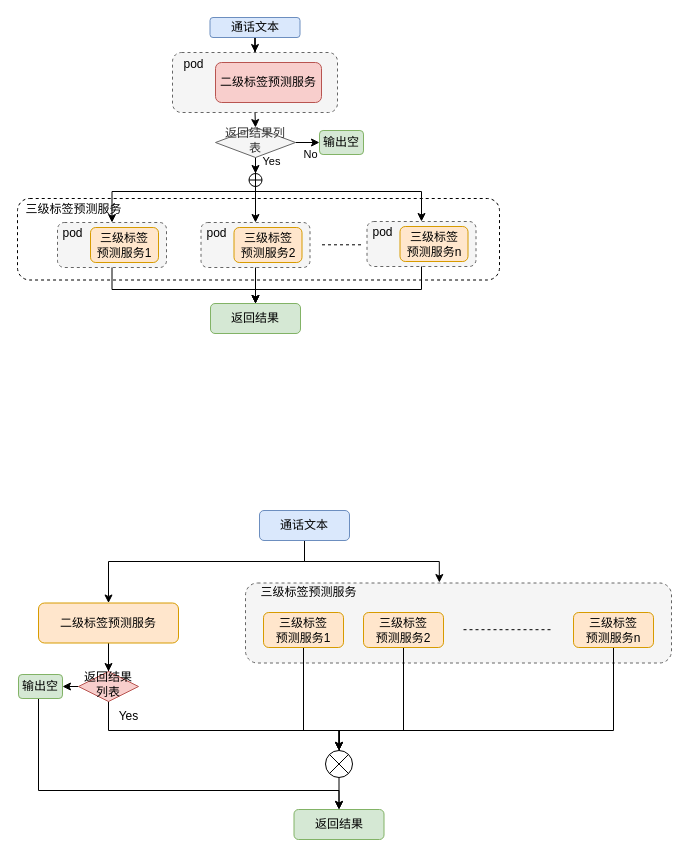
This is nlp/KYC.drawio from MMMLMF/notes, a draw.io file, before an edit. Source tidied: cells renumbered, new cells numbered last; positions are measured from the earlier drawing's top-left corner, leaving out a move shared by most shapes. Both pictures are drawn from the tidied source at 100%, with x=0, y=0 at pixel (17, 17).
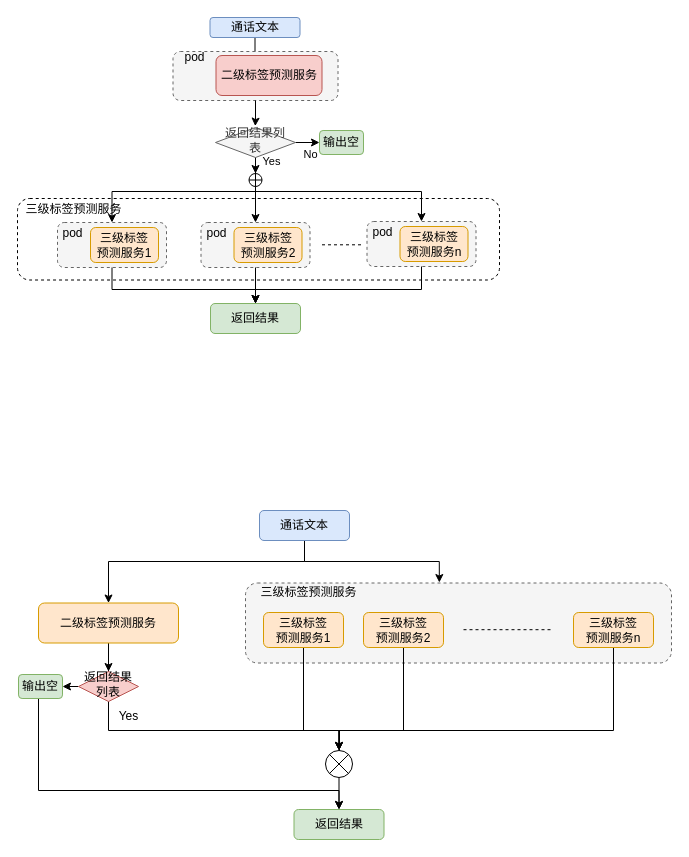
After the change.

Unchanged cells that the change refers to:
```xml
<mxCell id="8" value="返回结果列表" style="rhombus;whiteSpace=wrap;html=1;shadow=0;fontFamily=Helvetica;fontSize=12;align=center;strokeWidth=1;spacing=6;spacingTop=-4;fillColor=#f5f5f5;strokeColor=#666666;fontColor=#333333;" parent="1" vertex="1">
  <mxGeometry x="198" y="110" width="80" height="30" as="geometry" />
</mxCell>
```

Change to the diagram source:
```diff
@@
     <mxCell id="37" style="group;" parent="1" vertex="1">
-      <mxGeometry x="155" y="35" width="165" height="60" as="geometry" />
+      <mxGeometry x="155.5" y="28" width="165" height="60" as="geometry" />
     </mxCell>
     <mxCell id="38" style="rounded=1;whiteSpace=wrap;html=1;dashed=1;fillColor=#f5f5f5;strokeColor=#666666;fontColor=#333333;" parent="37" vertex="1">
-      <mxGeometry width="165" height="60" as="geometry" />
+      <mxGeometry y="6" width="165" height="49" as="geometry" />
     </mxCell>
@@
-    <mxCell id="58" style="edgeStyle=orthogonalEdgeStyle;rounded=0;jettySize=auto;html=1;exitX=0.5;exitY=1;exitDx=0;exitDy=0;entryX=0.5;entryY=0;entryDx=0;entryDy=0;strokeWidth=1;" parent="1" edge="1" source="38" target="8">
-      <mxGeometry relative="1" as="geometry" />
-    </mxCell>
@@
+    <mxCell id="58" style="edgeStyle=orthogonalEdgeStyle;rounded=0;jettySize=auto;html=1;entryX=0.497;entryY=-0.046;entryDx=0;entryDy=0;entryPerimeter=0;strokeWidth=1;" parent="1" edge="1" source="38" target="8">
+      <mxGeometry relative="1" as="geometry" />
+    </mxCell>
```
